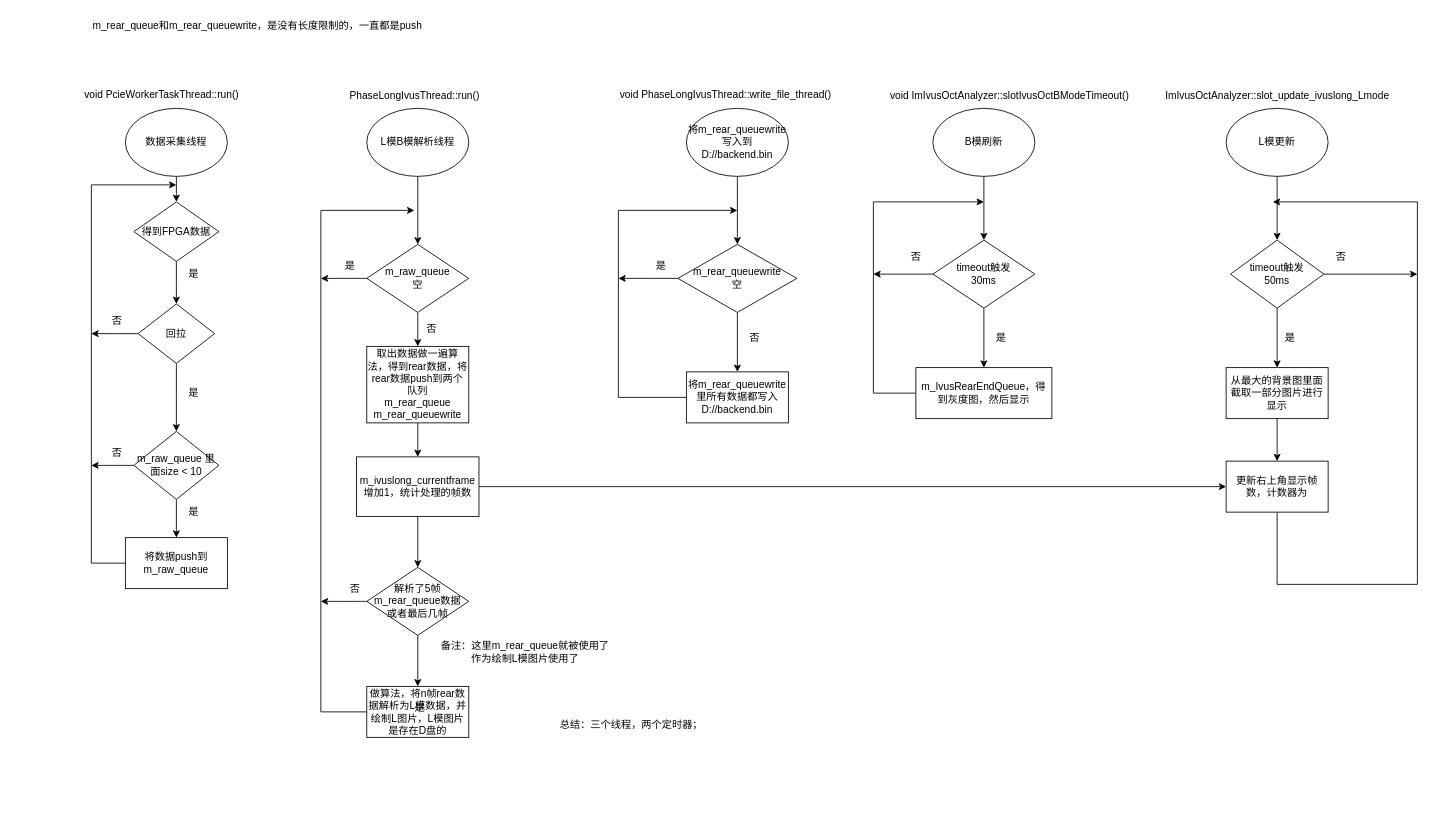
zhouzhihui12/Drawio_drawing keeps this draw.io diagram as 回拉流程.drawio. Above is the earlier version. Source tidied: cells renumbered, new cells numbered last; positions are measured from the earlier drawing's top-left corner, leaving out a move shared by most shapes. Both pictures are drawn from the tidied source at 85%, with x=0, y=0 at pixel (82, 14).
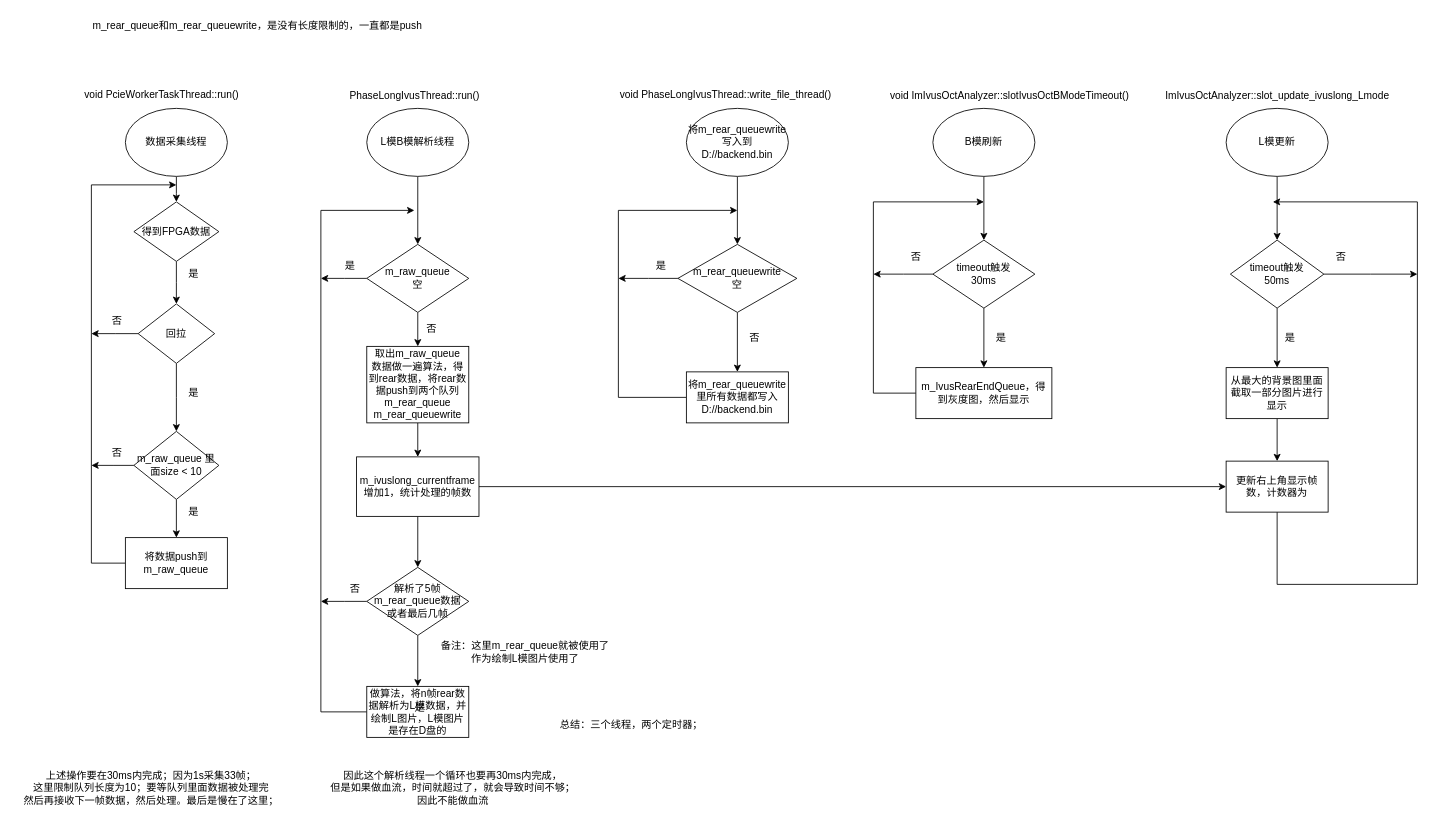
The same page after the edit.

Commit message:
更新回拉流程.drawio

What changed in the source:
```diff
@@
-    <mxCell id="28" value="取出数据做一遍算法，得到rear数据，将rear数据push到两个队列&lt;br&gt;m_rear_queue&lt;br style=&quot;border-color: var(--border-color);&quot;&gt;m_rear_queuewrite" style="whiteSpace=wrap;html=1;" parent="1" vertex="1">
+    <mxCell id="28" value="取出m_raw_queue&lt;br&gt;数据做一遍算法，得到rear数据，将rear数据push到两个队列&lt;br&gt;m_rear_queue&lt;br style=&quot;border-color: var(--border-color);&quot;&gt;m_rear_queuewrite" style="whiteSpace=wrap;html=1;" parent="1" vertex="1">
       <mxGeometry x="334" y="390" width="120" height="90" as="geometry" />
     </mxCell>
@@
+    <mxCell id="75" value="上述操作要在30ms内完成；因为1s采集33帧；&lt;br&gt;这里限制队列长度为10；要等队列里面数据被处理完&lt;br&gt;然后再接收下一帧数据，然后处理。最后是慢在了这里；" style="text;html=1;align=center;verticalAlign=middle;strokeColor=none;fillColor=none;strokeWidth=1;" parent="1" vertex="1">
+      <mxGeometry x="-80" y="880" width="320" height="60" as="geometry" />
+    </mxCell>
+    <mxCell id="76" value="因此这个解析线程一个循环也要再30ms内完成，&lt;br&gt;但是如果做血流，时间就超过了，就会导致时间不够；&lt;br&gt;因此不能做血流" style="text;html=1;align=center;verticalAlign=middle;strokeColor=none;fillColor=none;" parent="1" vertex="1">
+      <mxGeometry x="280" y="880" width="310" height="60" as="geometry" />
+    </mxCell>
```
